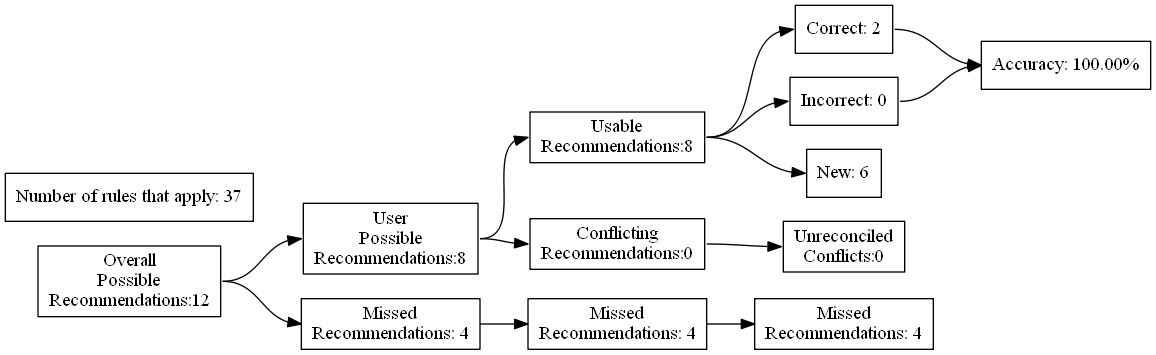
Earlier version of the Graphviz export test_renders/20.gv.png (ZaxR/ibd_diet_analysis). Its source is kept beside it as test_renders/20.gv.
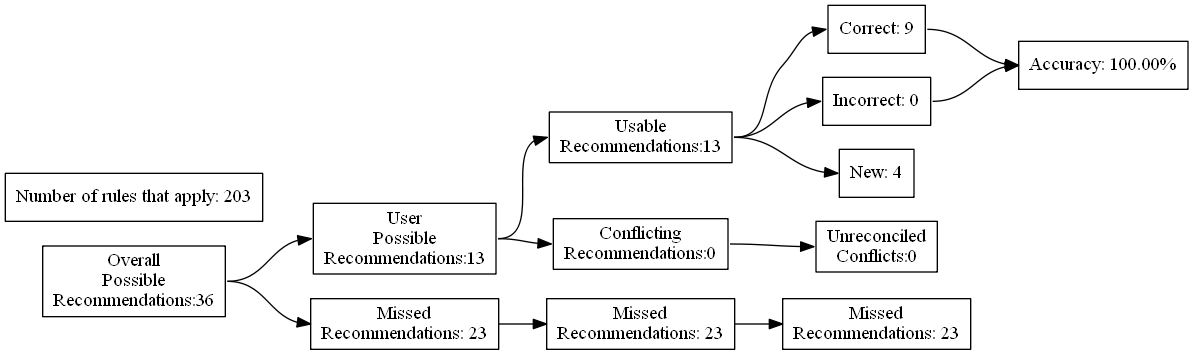
Later version of the same file.

The edit, as a diff of the source:
```diff
@@ -4,27 +4,27 @@
 	edge [headport=w tailport=e]
 		A [label="Overall
 Possible
-Recommendations:12"]
+Recommendations:36"]
 		B [label="User
 Possible
-Recommendations:8"]
+Recommendations:13"]
 		C [label="Missed
-Recommendations: 4"]
+Recommendations: 23"]
 		D [label="Usable
-Recommendations:8"]
+Recommendations:13"]
 		E [label="Conflicting
 Recommendations:0"]
 		J [label="Missed
-Recommendations: 4"]
+Recommendations: 23"]
 		M [label="Unreconciled
 Conflicts:0"]
-		F [label="Correct: 2"]
+		F [label="Correct: 9"]
 		G [label="Incorrect: 0"]
-		H [label="New: 6"]
+		H [label="New: 4"]
 		K [label="Missed
-Recommendations: 4"]
+Recommendations: 23"]
 		I [label="Accuracy: 100.00%"]
-		l [label="Number of rules that apply: 37"]
+		l [label="Number of rules that apply: 203"]
 			A -> B
 			A -> C
 			B -> D
```
